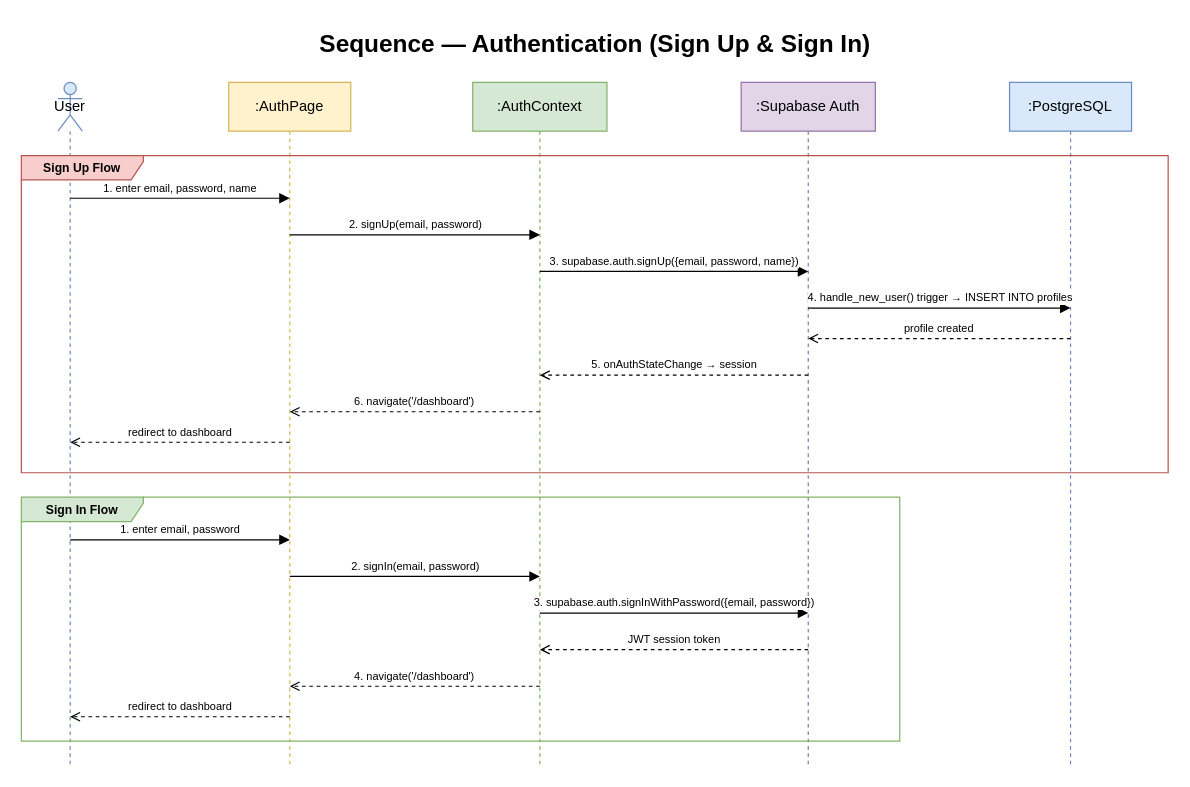
The draw.io diagram docs/architecture/sequence-authentication.drawio in tawheebalswfy-ship-it/haseen-plus, before the edit. Source tidied: cells renumbered, new cells numbered last; positions are measured from the earlier drawing's top-left corner, leaving out a move shared by most shapes. Both pictures are drawn from the tidied source at 122%, with x=0, y=0 at pixel (21, 21).
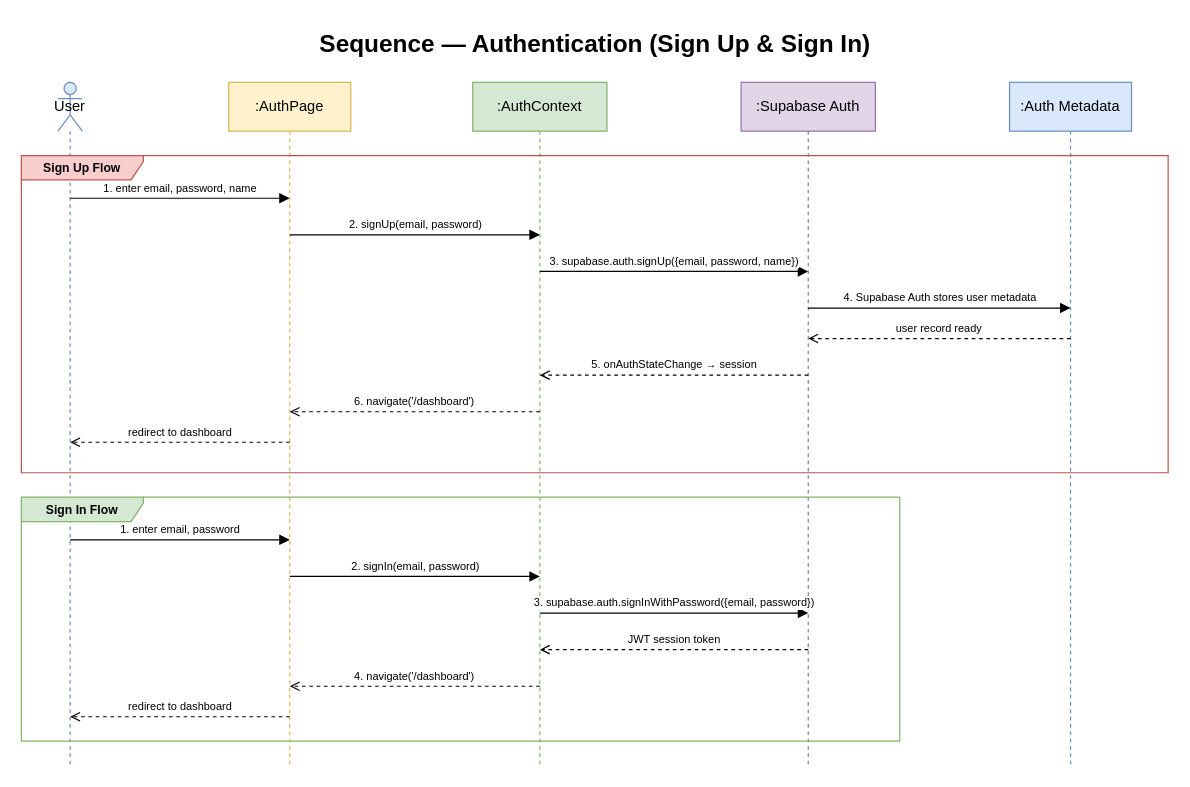
The same page after the edit.

The edit, as a diff of the source:
```diff
@@
-    <mxCell id="7" value=":PostgreSQL" style="shape=umlLifeline;perimeter=lifelinePerimeter;whiteSpace=wrap;html=1;fillColor=#DAE8FC;strokeColor=#6C8EBF;size=40;" parent="1" vertex="1">
+    <mxCell id="7" value=":Auth Metadata" style="shape=umlLifeline;perimeter=lifelinePerimeter;whiteSpace=wrap;html=1;fillColor=#DAE8FC;strokeColor=#6C8EBF;size=40;" parent="1" vertex="1">
       <mxGeometry x="810" y="50" width="100" height="560" as="geometry" />
     </mxCell>
@@
-    <mxCell id="12" value="4. handle_new_user() trigger → INSERT INTO profiles" style="html=1;verticalAlign=bottom;endArrow=block;fontSize=9;" parent="1" edge="1">
+    <mxCell id="12" value="4. Supabase Auth stores user metadata" style="html=1;verticalAlign=bottom;endArrow=block;fontSize=9;" parent="1" edge="1">
       <mxGeometry relative="1" as="geometry">
         <mxPoint x="645" y="235" as="sourcePoint" />
         <mxPoint x="860" y="235" as="targetPoint" />
       </mxGeometry>
     </mxCell>
-    <mxCell id="13" value="profile created" style="html=1;verticalAlign=bottom;endArrow=open;dashed=1;fontSize=9;" parent="1" edge="1">
+    <mxCell id="13" value="user record ready" style="html=1;verticalAlign=bottom;endArrow=open;dashed=1;fontSize=9;" parent="1" edge="1">
       <mxGeometry relative="1" as="geometry">
         <mxPoint x="860" y="260" as="sourcePoint" />
         <mxPoint x="645" y="260" as="targetPoint" />
       </mxGeometry>
     </mxCell>
```
